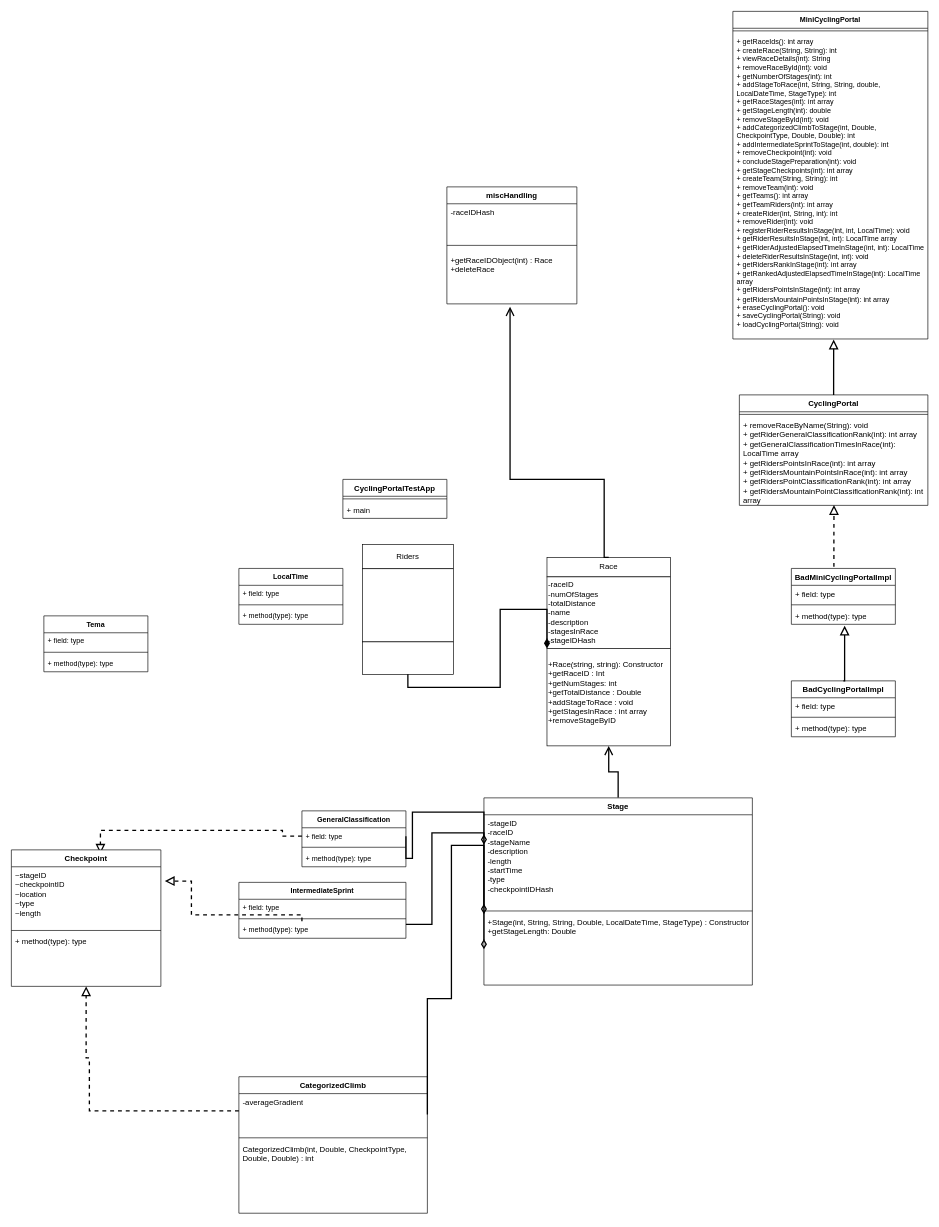
Above: OOPCyclingUML.drawio in Negativity7477/Bike-Racing (draw.io), before the change. Source tidied: cells renumbered, new cells numbered last; positions are measured from the earlier drawing's top-left corner, leaving out a move shared by most shapes. Both pictures are drawn from the tidied source at 65%, with x=0, y=0 at pixel (11, 11).
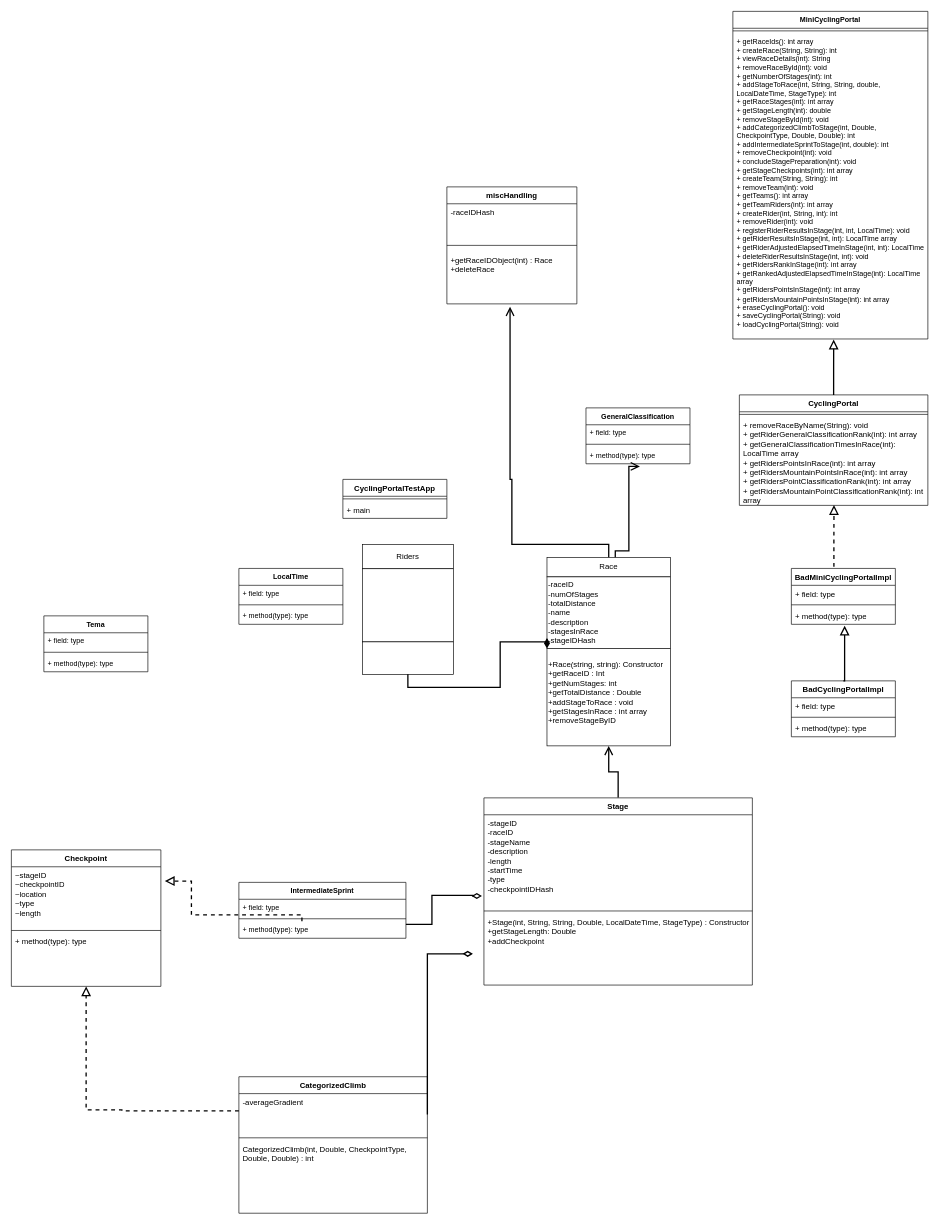
Above is the later version.

The change refers to these unchanged cells:
```xml
<mxCell id="8" style="rounded=0;whiteSpace=wrap;html=1;" parent="5" vertex="1">
  <mxGeometry y="150" width="140" height="50" as="geometry" />
</mxCell>
<mxCell id="10" value="Race" style="rounded=0;whiteSpace=wrap;html=1;" parent="9" vertex="1">
  <mxGeometry width="190" height="30" as="geometry" />
</mxCell>
<mxCell id="12" value="+Race(string, string): Constructor&lt;br&gt;&lt;div align=&quot;left&quot;&gt;+getRaceID : Int &lt;br&gt;&lt;/div&gt;&lt;div align=&quot;left&quot;&gt;+getNumStages: int&lt;/div&gt;&lt;div align=&quot;left&quot;&gt;+getTotalDistance : Double&lt;br&gt;&lt;/div&gt;&lt;div&gt;+addStageToRace : void&lt;br&gt;&lt;/div&gt;&lt;div&gt;+getStagesInRace : int array&lt;/div&gt;&lt;div&gt;+removeStageByID&lt;br&gt;&lt;/div&gt;&lt;div&gt;&lt;br&gt;&lt;/div&gt;" style="rounded=0;whiteSpace=wrap;html=1;align=left;" parent="9" vertex="1">
  <mxGeometry y="140" width="190" height="150" as="geometry" />
</mxCell>
<mxCell id="26" value="Stage" style="swimlane;fontStyle=1;align=center;verticalAlign=top;horizontal=1;startSize=26;whiteSpace=wrap;html=1;" parent="1" vertex="1">
  <mxGeometry x="727" y="1210" width="413" height="288" as="geometry" />
</mxCell>
<mxCell id="27" value="&lt;div&gt;-stageID&lt;/div&gt;&lt;div&gt;-raceID&lt;/div&gt;&lt;div&gt;-stageName&lt;/div&gt;&lt;div&gt;-description&lt;/div&gt;&lt;div&gt;-length&lt;/div&gt;&lt;div&gt;-startTime&lt;/div&gt;&lt;div&gt;-type&lt;/div&gt;&lt;div&gt;-checkpointIDHash&lt;/div&gt;&lt;div&gt;&lt;br&gt;&lt;/div&gt;&lt;div&gt;&lt;br&gt;&lt;/div&gt;" style="text;strokeColor=none;fillColor=none;align=left;verticalAlign=top;spacingLeft=4;spacingRight=4;overflow=hidden;points=[[0,0.5],[1,0.5]];portConstraint=eastwest;whiteSpace=wrap;html=1;" parent="26" vertex="1">
  <mxGeometry y="26" width="413" height="144" as="geometry" />
</mxCell>
<mxCell id="30" value="CategorizedClimb" style="swimlane;fontStyle=1;align=center;verticalAlign=top;horizontal=1;startSize=26;whiteSpace=wrap;html=1;" parent="1" vertex="1">
  <mxGeometry x="350" y="1639" width="290" height="210" as="geometry" />
</mxCell>
<mxCell id="31" value="&lt;div&gt;-averageGradient&lt;/div&gt;&lt;div&gt;&lt;br&gt;&lt;/div&gt;" style="text;strokeColor=none;fillColor=none;align=left;verticalAlign=top;spacingLeft=4;spacingRight=4;overflow=hidden;points=[[0,0.5],[1,0.5]];portConstraint=eastwest;whiteSpace=wrap;html=1;" parent="30" vertex="1">
  <mxGeometry y="26" width="290" height="64" as="geometry" />
</mxCell>
<mxCell id="36" value="IntermediateSprint" style="swimlane;fontStyle=1;align=center;verticalAlign=top;horizontal=1;startSize=26;whiteSpace=wrap;html=1;fontFamily=Helvetica;fontSize=11;fontColor=default;labelBackgroundColor=default;" parent="1" vertex="1">
  <mxGeometry x="350" y="1340" width="257" height="86" as="geometry" />
</mxCell>
<mxCell id="51" value="+ field: type" style="text;strokeColor=none;fillColor=none;align=left;verticalAlign=top;spacingLeft=4;spacingRight=4;overflow=hidden;points=[[0,0.5],[1,0.5]];portConstraint=eastwest;whiteSpace=wrap;html=1;fontFamily=Helvetica;fontSize=11;fontColor=default;labelBackgroundColor=default;" parent="50" vertex="1">
  <mxGeometry y="26" width="160" height="26" as="geometry" />
</mxCell>
<mxCell id="53" value="+ method(type): type" style="text;strokeColor=none;fillColor=none;align=left;verticalAlign=top;spacingLeft=4;spacingRight=4;overflow=hidden;points=[[0,0.5],[1,0.5]];portConstraint=eastwest;whiteSpace=wrap;html=1;fontFamily=Helvetica;fontSize=11;fontColor=default;labelBackgroundColor=default;" parent="50" vertex="1">
  <mxGeometry y="60" width="160" height="26" as="geometry" />
</mxCell>
<mxCell id="65" value="&lt;div&gt;+getRaceIDObject(int) : Race&lt;/div&gt;&lt;div&gt;+deleteRace&lt;br&gt;&lt;/div&gt;" style="text;strokeColor=none;fillColor=none;align=left;verticalAlign=top;spacingLeft=4;spacingRight=4;overflow=hidden;points=[[0,0.5],[1,0.5]];portConstraint=eastwest;whiteSpace=wrap;html=1;" parent="62" vertex="1">
  <mxGeometry y="100" width="200" height="80" as="geometry" />
</mxCell>
<mxCell id="70" value="+ method(type): type" style="text;strokeColor=none;fillColor=none;align=left;verticalAlign=top;spacingLeft=4;spacingRight=4;overflow=hidden;points=[[0,0.5],[1,0.5]];portConstraint=eastwest;whiteSpace=wrap;html=1;" parent="67" vertex="1">
  <mxGeometry y="128" width="230" height="82" as="geometry" />
</mxCell>
```

Change to the diagram source:
```diff
@@
-    <mxCell id="29" value="&lt;div&gt;+Stage(int, String, String, Double, LocalDateTime, StageType) : Constructor&lt;/div&gt;&lt;div&gt;+getStageLength: Double&lt;br&gt;&lt;/div&gt;" style="text;strokeColor=none;fillColor=none;align=left;verticalAlign=top;spacingLeft=4;spacingRight=4;overflow=hidden;points=[[0,0.5],[1,0.5]];portConstraint=eastwest;whiteSpace=wrap;html=1;" parent="26" vertex="1">
+    <mxCell id="29" value="&lt;div&gt;+Stage(int, String, String, Double, LocalDateTime, StageType) : Constructor&lt;/div&gt;&lt;div&gt;+getStageLength: Double&lt;/div&gt;&lt;div&gt;+addCheckpoint&lt;br&gt;&lt;/div&gt;" style="text;strokeColor=none;fillColor=none;align=left;verticalAlign=top;spacingLeft=4;spacingRight=4;overflow=hidden;points=[[0,0.5],[1,0.5]];portConstraint=eastwest;whiteSpace=wrap;html=1;" parent="26" vertex="1">
       <mxGeometry y="178" width="413" height="110" as="geometry" />
     </mxCell>
@@
-    <mxCell id="34" style="edgeStyle=orthogonalEdgeStyle;rounded=0;jettySize=auto;html=1;exitX=1;exitY=0.5;exitDx=0;exitDy=0;entryX=0;entryY=0.5;entryDx=0;entryDy=0;strokeColor=default;strokeWidth=2;align=center;verticalAlign=middle;fontFamily=Helvetica;fontSize=11;fontColor=default;labelBackgroundColor=default;startSize=10;endArrow=diamondThin;endFill=0;endSize=10;" parent="1" edge="1" source="31" target="29">
+    <mxCell id="34" style="edgeStyle=orthogonalEdgeStyle;rounded=0;jettySize=auto;html=1;exitX=1;exitY=0.5;exitDx=0;exitDy=0;strokeColor=default;strokeWidth=2;align=center;verticalAlign=middle;fontFamily=Helvetica;fontSize=11;fontColor=default;labelBackgroundColor=default;startSize=10;endArrow=diamondThin;endFill=0;endSize=10;" parent="1" edge="1" source="31">
       <mxGeometry relative="1" as="geometry">
+        <mxPoint x="710" y="1450" as="targetPoint" />
         <Array as="points">
-          <mxPoint x="677" y="1519" />
-          <mxPoint x="677" y="1283" />
+          <mxPoint x="640" y="1450" />
         </Array>
       </mxGeometry>
     </mxCell>
     <mxCell id="35" style="edgeStyle=orthogonalEdgeStyle;rounded=0;jettySize=auto;html=1;exitX=0;exitY=0.25;exitDx=0;exitDy=0;strokeColor=default;strokeWidth=2;align=center;verticalAlign=middle;fontFamily=Helvetica;fontSize=11;fontColor=default;labelBackgroundColor=default;startSize=10;endArrow=block;endFill=0;endSize=10;dashed=1;" parent="1" edge="1" source="30" target="70">
       <mxGeometry relative="1" as="geometry">
         <Array as="points">
-          <mxPoint x="120" y="1692" />
-          <mxPoint x="120" y="1610" />
-          <mxPoint x="115" y="1610" />
+          <mxPoint x="170" y="1692" />
+          <mxPoint x="170" y="1690" />
+          <mxPoint x="115" y="1690" />
         </Array>
       </mxGeometry>
     </mxCell>
@@
-    <mxCell id="41" style="edgeStyle=orthogonalEdgeStyle;rounded=0;jettySize=auto;html=1;exitX=1;exitY=0.75;exitDx=0;exitDy=0;entryX=0;entryY=1.062;entryDx=0;entryDy=0;entryPerimeter=0;strokeColor=default;strokeWidth=2;align=center;verticalAlign=middle;fontFamily=Helvetica;fontSize=11;fontColor=default;labelBackgroundColor=default;startSize=10;endArrow=diamondThin;endFill=0;endSize=10;" parent="1" edge="1" source="36" target="27">
+    <mxCell id="41" style="edgeStyle=orthogonalEdgeStyle;rounded=0;jettySize=auto;html=1;exitX=1;exitY=0.75;exitDx=0;exitDy=0;strokeColor=default;strokeWidth=2;align=center;verticalAlign=middle;fontFamily=Helvetica;fontSize=11;fontColor=default;labelBackgroundColor=default;startSize=10;endArrow=diamondThin;endFill=0;endSize=10;" parent="1" edge="1" source="36">
       <mxGeometry relative="1" as="geometry">
+        <mxPoint x="724" y="1361" as="targetPoint" />
         <Array as="points">
           <mxPoint x="647" y="1405" />
-          <mxPoint x="647" y="1264" />
+          <mxPoint x="647" y="1360" />
+          <mxPoint x="710" y="1360" />
+          <mxPoint x="710" y="1361" />
         </Array>
       </mxGeometry>
     </mxCell>
@@
     <mxCell id="50" value="GeneralClassification" style="swimlane;fontStyle=1;align=center;verticalAlign=top;horizontal=1;startSize=26;whiteSpace=wrap;html=1;fontFamily=Helvetica;fontSize=11;fontColor=default;labelBackgroundColor=default;" parent="1" vertex="1">
-      <mxGeometry x="447" y="1230" width="160" height="86" as="geometry" />
+      <mxGeometry x="884" y="610" width="160" height="86" as="geometry" />
     </mxCell>
@@
     <mxCell id="54" style="edgeStyle=orthogonalEdgeStyle;rounded=0;jettySize=auto;html=1;exitX=0.5;exitY=1;exitDx=0;exitDy=0;entryX=0;entryY=0;entryDx=0;entryDy=0;strokeColor=default;strokeWidth=2;align=center;verticalAlign=middle;fontFamily=Helvetica;fontSize=11;fontColor=default;labelBackgroundColor=default;startSize=10;endArrow=diamondThin;endFill=1;endSize=10;" parent="1" edge="1" source="8" target="12">
       <mxGeometry relative="1" as="geometry">
         <Array as="points">
           <mxPoint x="610" y="1040" />
           <mxPoint x="752" y="1040" />
-          <mxPoint x="752" y="920" />
+          <mxPoint x="752" y="970" />
+          <mxPoint x="824" y="970" />
         </Array>
       </mxGeometry>
     </mxCell>
-    <mxCell id="55" style="edgeStyle=orthogonalEdgeStyle;rounded=0;jettySize=auto;html=1;entryX=0.5;entryY=0;entryDx=0;entryDy=0;strokeColor=default;strokeWidth=2;align=center;verticalAlign=middle;fontFamily=Helvetica;fontSize=11;fontColor=default;labelBackgroundColor=default;startSize=10;endArrow=block;endFill=0;endSize=10;dashed=1;exitX=0;exitY=0.5;exitDx=0;exitDy=0;" parent="1" edge="1" source="51">
-      <mxGeometry relative="1" as="geometry">
-        <mxPoint x="137" y="1296" as="targetPoint" />
-        <Array as="points">
-          <mxPoint x="417" y="1269" />
-          <mxPoint x="417" y="1260" />
-          <mxPoint x="137" y="1260" />
-        </Array>
-      </mxGeometry>
-    </mxCell>
-    <mxCell id="56" style="edgeStyle=orthogonalEdgeStyle;rounded=0;jettySize=auto;html=1;exitX=1;exitY=0.5;exitDx=0;exitDy=0;entryX=0;entryY=0.25;entryDx=0;entryDy=0;strokeColor=default;strokeWidth=2;align=center;verticalAlign=middle;fontFamily=Helvetica;fontSize=11;fontColor=default;labelBackgroundColor=default;startSize=10;endArrow=diamondThin;endFill=0;endSize=10;" parent="1" edge="1" source="51" target="26">
-      <mxGeometry relative="1" as="geometry">
-        <Array as="points">
-          <mxPoint x="617" y="1303" />
-          <mxPoint x="617" y="1232" />
-        </Array>
-      </mxGeometry>
-    </mxCell>
@@
     <mxCell id="66" style="endArrow=open;html=1;rounded=0;entryX=0.486;entryY=1.054;entryDx=0;entryDy=0;endFill=0;strokeWidth=2;endSize=10;startSize=10;edgeStyle=orthogonalEdgeStyle;entryPerimeter=0;exitX=0.5;exitY=0;exitDx=0;exitDy=0;" parent="1" edge="1" source="10" target="65">
       <mxGeometry relative="1" as="geometry">
         <Array as="points">
-          <mxPoint x="912" y="720" />
+          <mxPoint x="919" y="820" />
+          <mxPoint x="770" y="820" />
+          <mxPoint x="770" y="720" />
           <mxPoint x="767" y="720" />
         </Array>
       </mxGeometry>
     </mxCell>
@@
+    <mxCell id="71" style="endArrow=open;html=1;rounded=0;entryX=0.519;entryY=1.154;entryDx=0;entryDy=0;endFill=0;strokeWidth=2;endSize=10;startSize=10;edgeStyle=orthogonalEdgeStyle;entryPerimeter=0;exitX=0.553;exitY=-0.004;exitDx=0;exitDy=0;exitPerimeter=0;" parent="1" edge="1" source="10" target="53">
+      <mxGeometry relative="1" as="geometry">
+        <Array as="points">
+          <mxPoint x="929" y="830" />
+          <mxPoint x="950" y="830" />
+          <mxPoint x="950" y="700" />
+        </Array>
+      </mxGeometry>
+    </mxCell>
```
